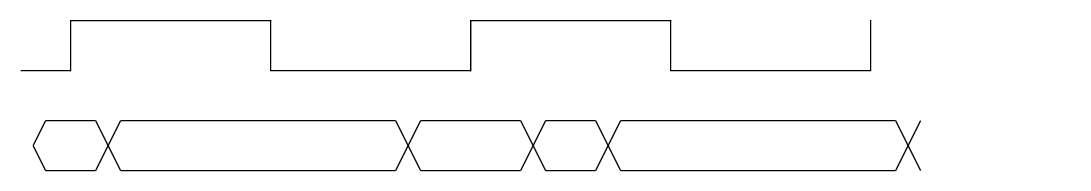
The draw.io diagram Untitled Diagram.drawio in Katharine-0331/files, before the edit. Source tidied: cells renumbered, new cells numbered last; positions are measured from the earlier drawing's top-left corner, leaving out a move shared by most shapes. Both pictures are drawn from the tidied source at 125%, with x=0, y=0 at pixel (20, 20).
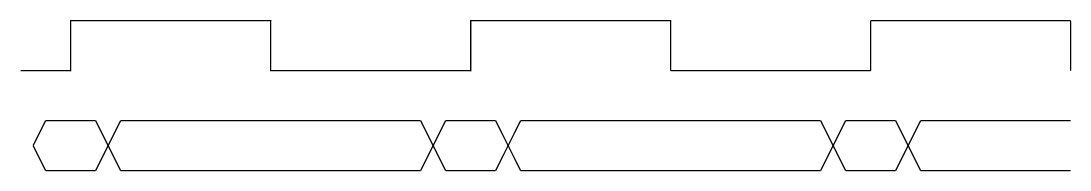
The same page after the edit.

The change refers to these unchanged cells:
```xml
<mxCell id="12" style="shape=partialRectangle;whiteSpace=wrap;html=1;bottom=0;right=0;fillColor=none;" parent="1" vertex="1">
  <mxGeometry x="360" width="160" height="40" as="geometry" />
</mxCell>
```

What changed in the source:
```diff
@@
-<mxGraphModel>
+<mxGraphModel background="#ffffff">
@@
-    <mxCell id="5" style="endArrow=none;html=1;" parent="1" edge="1">
+    <mxCell id="5" style="endArrow=none;html=1;shadow=0;" parent="1" edge="1">
       <mxGeometry relative="1" as="geometry">
         <mxPoint x="10" y="100" as="sourcePoint" />
         <mxPoint x="20" y="80" as="targetPoint" />
       </mxGeometry>
     </mxCell>
-    <mxCell id="6" style="endArrow=none;html=1;" parent="1" edge="1">
+    <mxCell id="6" style="endArrow=none;html=1;shadow=0;" parent="1" edge="1">
       <mxGeometry relative="1" as="geometry">
         <mxPoint x="20" y="80" as="sourcePoint" />
         <mxPoint x="60" y="80" as="targetPoint" />
       </mxGeometry>
     </mxCell>
-    <mxCell id="7" style="endArrow=none;html=1;" parent="1" edge="1">
+    <mxCell id="7" style="endArrow=none;html=1;shadow=0;" parent="1" edge="1">
       <mxGeometry relative="1" as="geometry">
         <mxPoint x="10" y="100" as="sourcePoint" />
         <mxPoint x="20" y="120" as="targetPoint" />
       </mxGeometry>
     </mxCell>
-    <mxCell id="8" style="endArrow=none;html=1;" parent="1" edge="1">
+    <mxCell id="8" style="endArrow=none;html=1;shadow=0;" parent="1" edge="1">
       <mxGeometry relative="1" as="geometry">
         <mxPoint x="20" y="120" as="sourcePoint" />
         <mxPoint x="60" y="120" as="targetPoint" />
       </mxGeometry>
     </mxCell>
@@
     <mxCell id="11" style="endArrow=none;html=1;" parent="1" edge="1">
       <mxGeometry relative="1" as="geometry">
         <mxPoint x="80" y="80" as="sourcePoint" />
-        <mxPoint x="300" y="80" as="targetPoint" />
+        <mxPoint x="320" y="80" as="targetPoint" />
       </mxGeometry>
     </mxCell>
@@
-    <mxCell id="13" style="shape=partialRectangle;whiteSpace=wrap;html=1;bottom=1;right=1;left=1;top=0;fillColor=none;routingCenterX=-0.5;" parent="1" vertex="1">
-      <mxGeometry x="520" width="160" height="40" as="geometry" />
-    </mxCell>
     <mxCell id="14" style="endArrow=none;html=1;" parent="1" edge="1">
       <mxGeometry relative="1" as="geometry">
         <mxPoint x="80" y="120" as="sourcePoint" />
-        <mxPoint x="300" y="120" as="targetPoint" />
+        <mxPoint x="320" y="120" as="targetPoint" />
       </mxGeometry>
     </mxCell>
     <mxCell id="15" style="endArrow=none;html=1;" parent="1" edge="1">
       <mxGeometry relative="1" as="geometry">
-        <mxPoint x="300" y="120" as="sourcePoint" />
-        <mxPoint x="320" y="80" as="targetPoint" />
+        <mxPoint x="320" y="120" as="sourcePoint" />
+        <mxPoint x="340" y="80" as="targetPoint" />
       </mxGeometry>
     </mxCell>
     <mxCell id="16" style="endArrow=none;html=1;" parent="1" edge="1">
       <mxGeometry relative="1" as="geometry">
-        <mxPoint x="300" y="80" as="sourcePoint" />
-        <mxPoint x="320" y="120" as="targetPoint" />
+        <mxPoint x="320" y="80" as="sourcePoint" />
+        <mxPoint x="340" y="120" as="targetPoint" />
       </mxGeometry>
     </mxCell>
-    <mxCell id="17" style="endArrow=none;html=1;" parent="1" edge="1">
-      <mxGeometry relative="1" as="geometry">
-        <mxPoint x="320" y="80" as="sourcePoint" />
-        <mxPoint x="400" y="80" as="targetPoint" />
-      </mxGeometry>
-    </mxCell>
-    <mxCell id="18" style="endArrow=none;html=1;" parent="1" edge="1">
-      <mxGeometry relative="1" as="geometry">
-        <mxPoint x="320" y="120" as="sourcePoint" />
-        <mxPoint x="400" y="120" as="targetPoint" />
-      </mxGeometry>
-    </mxCell>
-    <mxCell id="19" style="endArrow=none;html=1;" parent="1" edge="1">
-      <mxGeometry relative="1" as="geometry">
-        <mxPoint x="400" y="120" as="sourcePoint" />
-        <mxPoint x="420" y="80" as="targetPoint" />
-      </mxGeometry>
-    </mxCell>
-    <mxCell id="20" style="endArrow=none;html=1;" parent="1" edge="1">
-      <mxGeometry relative="1" as="geometry">
-        <mxPoint x="400" y="80" as="sourcePoint" />
-        <mxPoint x="420" y="120" as="targetPoint" />
-      </mxGeometry>
-    </mxCell>
-    <mxCell id="21" style="endArrow=none;html=1;" parent="1" edge="1">
-      <mxGeometry relative="1" as="geometry">
-        <mxPoint x="420" y="80" as="sourcePoint" />
-        <mxPoint x="460" y="80" as="targetPoint" />
-      </mxGeometry>
-    </mxCell>
-    <mxCell id="22" style="endArrow=none;html=1;" parent="1" edge="1">
-      <mxGeometry relative="1" as="geometry">
-        <mxPoint x="420" y="120" as="sourcePoint" />
-        <mxPoint x="460" y="120" as="targetPoint" />
-      </mxGeometry>
-    </mxCell>
-    <mxCell id="23" style="endArrow=none;html=1;" parent="1" edge="1">
-      <mxGeometry relative="1" as="geometry">
-        <mxPoint x="460" y="80" as="sourcePoint" />
-        <mxPoint x="480" y="120" as="targetPoint" />
-      </mxGeometry>
-    </mxCell>
-    <mxCell id="24" style="endArrow=none;html=1;" parent="1" edge="1">
-      <mxGeometry relative="1" as="geometry">
-        <mxPoint x="460" y="120" as="sourcePoint" />
-        <mxPoint x="480" y="80" as="targetPoint" />
-      </mxGeometry>
-    </mxCell>
-    <mxCell id="25" style="endArrow=none;html=1;" parent="1" edge="1">
-      <mxGeometry relative="1" as="geometry">
-        <mxPoint x="480" y="80" as="sourcePoint" />
-        <mxPoint x="700" y="80" as="targetPoint" />
-      </mxGeometry>
-    </mxCell>
-    <mxCell id="26" style="endArrow=none;html=1;" parent="1" edge="1">
-      <mxGeometry relative="1" as="geometry">
-        <mxPoint x="480" y="120" as="sourcePoint" />
-        <mxPoint x="700" y="120" as="targetPoint" />
-      </mxGeometry>
-    </mxCell>
-    <mxCell id="27" style="endArrow=none;html=1;" parent="1" edge="1">
-      <mxGeometry relative="1" as="geometry">
-        <mxPoint x="700" y="120" as="sourcePoint" />
-        <mxPoint x="720" y="80" as="targetPoint" />
-      </mxGeometry>
-    </mxCell>
-    <mxCell id="28" style="endArrow=none;html=1;" parent="1" edge="1">
-      <mxGeometry relative="1" as="geometry">
-        <mxPoint x="700" y="80" as="sourcePoint" />
-        <mxPoint x="720" y="120" as="targetPoint" />
-      </mxGeometry>
-    </mxCell>
+    <mxCell id="29" style="endArrow=none;html=1;" parent="1" edge="1">
+      <mxGeometry relative="1" as="geometry">
+        <mxPoint x="380" y="80" as="sourcePoint" />
+        <mxPoint x="400" y="120" as="targetPoint" />
+      </mxGeometry>
+    </mxCell>
+    <mxCell id="30" style="endArrow=none;html=1;" parent="1" edge="1">
+      <mxGeometry relative="1" as="geometry">
+        <mxPoint x="380" y="120" as="sourcePoint" />
+        <mxPoint x="400" y="80" as="targetPoint" />
+      </mxGeometry>
+    </mxCell>
+    <mxCell id="31" style="endArrow=none;html=1;" parent="1" edge="1">
+      <mxGeometry relative="1" as="geometry">
+        <mxPoint x="400" y="80" as="sourcePoint" />
+        <mxPoint x="640" y="80" as="targetPoint" />
+      </mxGeometry>
+    </mxCell>
+    <mxCell id="32" style="endArrow=none;html=1;" parent="1" edge="1">
+      <mxGeometry relative="1" as="geometry">
+        <mxPoint x="400" y="120" as="sourcePoint" />
+        <mxPoint x="640" y="120" as="targetPoint" />
+      </mxGeometry>
+    </mxCell>
+    <mxCell id="33" style="endArrow=none;html=1;" parent="1" edge="1">
+      <mxGeometry relative="1" as="geometry">
+        <mxPoint x="640" y="120" as="sourcePoint" />
+        <mxPoint x="660" y="80" as="targetPoint" />
+      </mxGeometry>
+    </mxCell>
+    <mxCell id="34" style="endArrow=none;html=1;" parent="1" edge="1">
+      <mxGeometry relative="1" as="geometry">
+        <mxPoint x="640" y="80" as="sourcePoint" />
+        <mxPoint x="660" y="120" as="targetPoint" />
+      </mxGeometry>
+    </mxCell>
+    <mxCell id="35" style="endArrow=none;html=1;" parent="1" edge="1">
+      <mxGeometry relative="1" as="geometry">
+        <mxPoint x="340" y="80" as="sourcePoint" />
+        <mxPoint x="380" y="80" as="targetPoint" />
+      </mxGeometry>
+    </mxCell>
+    <mxCell id="36" style="endArrow=none;html=1;" parent="1" edge="1">
+      <mxGeometry relative="1" as="geometry">
+        <mxPoint x="340" y="120" as="sourcePoint" />
+        <mxPoint x="380" y="120" as="targetPoint" />
+      </mxGeometry>
+    </mxCell>
+    <mxCell id="37" style="endArrow=none;html=1;" parent="1" edge="1">
+      <mxGeometry relative="1" as="geometry">
+        <mxPoint x="660" y="80" as="sourcePoint" />
+        <mxPoint x="700" y="80" as="targetPoint" />
+      </mxGeometry>
+    </mxCell>
+    <mxCell id="38" style="endArrow=none;html=1;" parent="1" edge="1">
+      <mxGeometry relative="1" as="geometry">
+        <mxPoint x="660" y="120" as="sourcePoint" />
+        <mxPoint x="700" y="120" as="targetPoint" />
+      </mxGeometry>
+    </mxCell>
+    <mxCell id="39" style="endArrow=none;html=1;exitX=1;exitY=1;exitDx=0;exitDy=0;" parent="1" edge="1" source="12">
+      <mxGeometry relative="1" as="geometry">
+        <mxPoint x="520" as="targetPoint" />
+      </mxGeometry>
+    </mxCell>
+    <mxCell id="40" style="endArrow=none;html=1;" parent="1" edge="1">
+      <mxGeometry relative="1" as="geometry">
+        <mxPoint x="520" y="40" as="sourcePoint" />
+        <mxPoint x="680" y="40" as="targetPoint" />
+      </mxGeometry>
+    </mxCell>
+    <mxCell id="41" style="endArrow=none;html=1;" parent="1" edge="1">
+      <mxGeometry relative="1" as="geometry">
+        <mxPoint x="680" y="40" as="sourcePoint" />
+        <mxPoint x="680" as="targetPoint" />
+      </mxGeometry>
+    </mxCell>
+    <mxCell id="42" style="endArrow=none;html=1;" parent="1" edge="1">
+      <mxGeometry relative="1" as="geometry">
+        <mxPoint x="680" as="sourcePoint" />
+        <mxPoint x="840" as="targetPoint" />
+      </mxGeometry>
+    </mxCell>
+    <mxCell id="43" style="endArrow=none;html=1;" parent="1" edge="1">
+      <mxGeometry relative="1" as="geometry">
+        <mxPoint x="840" y="40" as="sourcePoint" />
+        <mxPoint x="840" as="targetPoint" />
+      </mxGeometry>
+    </mxCell>
+    <mxCell id="44" style="endArrow=none;html=1;" parent="1" edge="1">
+      <mxGeometry relative="1" as="geometry">
+        <mxPoint x="700" y="80" as="sourcePoint" />
+        <mxPoint x="720" y="120" as="targetPoint" />
+      </mxGeometry>
+    </mxCell>
+    <mxCell id="45" style="endArrow=none;html=1;" parent="1" edge="1">
+      <mxGeometry relative="1" as="geometry">
+        <mxPoint x="700" y="120" as="sourcePoint" />
+        <mxPoint x="720" y="80" as="targetPoint" />
+      </mxGeometry>
+    </mxCell>
+    <mxCell id="46" style="endArrow=none;html=1;" parent="1" edge="1">
+      <mxGeometry relative="1" as="geometry">
+        <mxPoint x="720" y="80" as="sourcePoint" />
+        <mxPoint x="840" y="80" as="targetPoint" />
+      </mxGeometry>
+    </mxCell>
+    <mxCell id="47" style="endArrow=none;html=1;" parent="1" edge="1">
+      <mxGeometry relative="1" as="geometry">
+        <mxPoint x="720" y="120" as="sourcePoint" />
+        <mxPoint x="840" y="120" as="targetPoint" />
+      </mxGeometry>
+    </mxCell>
```
